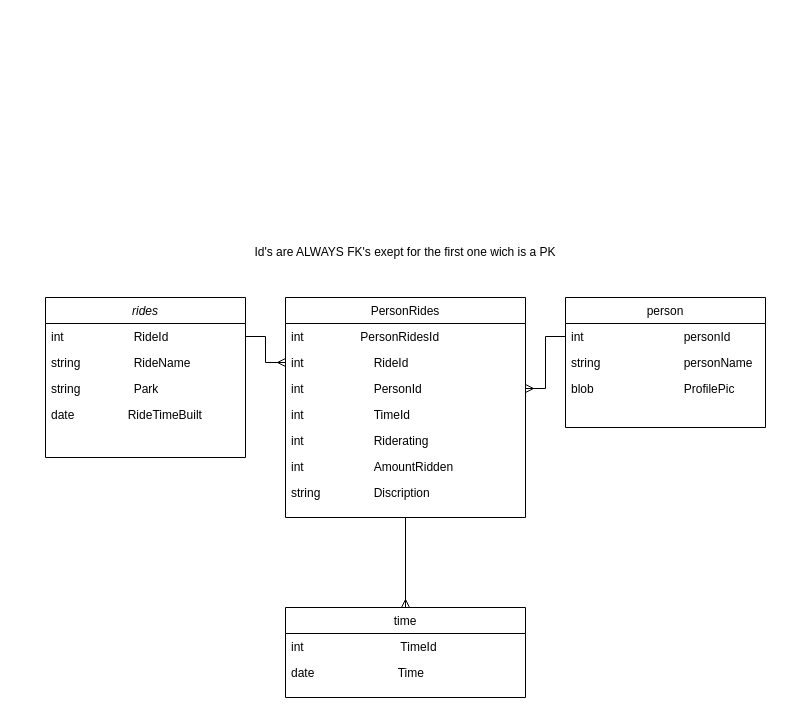
NickSchoenmakers/4Shop keeps this draw.io diagram as Diagram zonder titel.drawio. Above is the earlier version. Source tidied: cells renumbered, new cells numbered last; positions are measured from the earlier drawing's top-left corner, leaving out a move shared by most shapes. Both pictures are drawn from the tidied source at 100%, with x=0, y=0 at pixel (45, 237).
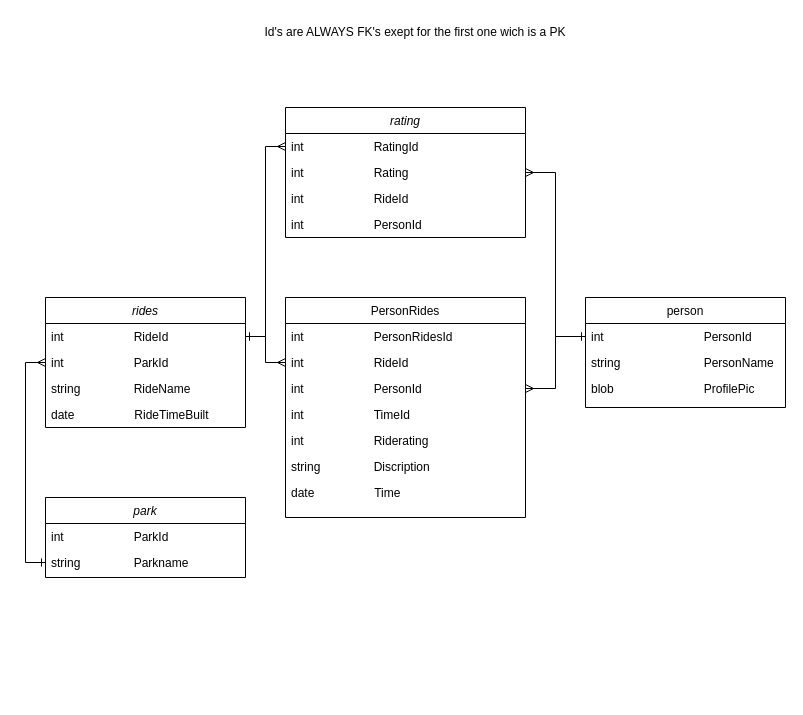
The same page after the edit.

Unchanged cells that the change refers to:
```xml
<mxCell id="3" value="int                     RideId" style="text;align=left;verticalAlign=top;spacingLeft=4;spacingRight=4;overflow=hidden;points=[[0,0.5],[1,0.5]];portConstraint=eastwest;" parent="2" vertex="1">
  <mxGeometry y="26" width="200" height="26" as="geometry" />
</mxCell>
<mxCell id="8" value="PersonRides" style="swimlane;fontStyle=0;align=center;verticalAlign=top;horizontal=1;startSize=26;rounded=0;shadow=0;strokeWidth=1;" parent="1" vertex="1">
  <mxGeometry x="240" y="60" width="240" height="220" as="geometry" />
</mxCell>
<mxCell id="10" value="int                     RideId" style="text;align=left;verticalAlign=top;spacingLeft=4;spacingRight=4;overflow=hidden;points=[[0,0.5],[1,0.5]];portConstraint=eastwest;" parent="8" vertex="1">
  <mxGeometry y="52" width="240" height="26" as="geometry" />
</mxCell>
<mxCell id="11" value="int                     PersonId" style="text;align=left;verticalAlign=top;spacingLeft=4;spacingRight=4;overflow=hidden;points=[[0,0.5],[1,0.5]];portConstraint=eastwest;" parent="8" vertex="1">
  <mxGeometry y="78" width="240" height="26" as="geometry" />
</mxCell>
```

Diff of the diagram source:
```diff
@@
     <mxCell id="2" value="rides" style="swimlane;fontStyle=2;align=center;verticalAlign=top;horizontal=1;startSize=26;rounded=0;shadow=0;strokeWidth=1;" parent="1" vertex="1">
-      <mxGeometry y="60" width="200" height="160" as="geometry" />
+      <mxGeometry y="60" width="200" height="130" as="geometry" />
     </mxCell>
@@
+    <mxCell id="26" value="int                     ParkId" style="text;align=left;verticalAlign=top;spacingLeft=4;spacingRight=4;overflow=hidden;points=[[0,0.5],[1,0.5]];portConstraint=eastwest;" parent="2" vertex="1">
+      <mxGeometry y="52" width="200" height="26" as="geometry" />
+    </mxCell>
     <mxCell id="4" value="string                RideName" style="text;align=left;verticalAlign=top;spacingLeft=4;spacingRight=4;overflow=hidden;" parent="2" vertex="1">
-      <mxGeometry y="52" width="200" height="26" as="geometry" />
+      <mxGeometry y="78" width="200" height="26" as="geometry" />
     </mxCell>
-    <mxCell id="5" value="string                Park" style="text;align=left;verticalAlign=top;spacingLeft=4;spacingRight=4;overflow=hidden;" parent="2" vertex="1">
-      <mxGeometry y="78" width="200" height="26" as="geometry" />
-    </mxCell>
-    <mxCell id="6" value="date                RideTimeBuilt" style="text;align=left;verticalAlign=top;spacingLeft=4;spacingRight=4;overflow=hidden;" parent="2" vertex="1">
+    <mxCell id="6" value="date                  RideTimeBuilt" style="text;align=left;verticalAlign=top;spacingLeft=4;spacingRight=4;overflow=hidden;" parent="2" vertex="1">
       <mxGeometry y="104" width="200" height="26" as="geometry" />
     </mxCell>
-    <mxCell id="7" style="edgeStyle=orthogonalEdgeStyle;rounded=0;jettySize=auto;html=1;entryX=0.5;entryY=0;entryDx=0;entryDy=0;endArrow=ERmany;endFill=0;" parent="1" edge="1" source="8" target="22">
-      <mxGeometry relative="1" as="geometry" />
-    </mxCell>
@@
-    <mxCell id="9" value="int                 PersonRidesId" style="text;align=left;verticalAlign=top;spacingLeft=4;spacingRight=4;overflow=hidden;" parent="8" vertex="1">
+    <mxCell id="9" value="int                     PersonRidesId" style="text;align=left;verticalAlign=top;spacingLeft=4;spacingRight=4;overflow=hidden;" parent="8" vertex="1">
       <mxGeometry y="26" width="240" height="26" as="geometry" />
     </mxCell>
@@
-    <mxCell id="14" value="int                     AmountRidden" style="text;align=left;verticalAlign=top;spacingLeft=4;spacingRight=4;overflow=hidden;" parent="8" vertex="1">
-      <mxGeometry y="156" width="240" height="26" as="geometry" />
-    </mxCell>
     <mxCell id="15" value="string                Discription" style="text;align=left;verticalAlign=top;spacingLeft=4;spacingRight=4;overflow=hidden;" parent="8" vertex="1">
-      <mxGeometry y="182" width="240" height="26" as="geometry" />
+      <mxGeometry y="156" width="240" height="26" as="geometry" />
     </mxCell>
+    <mxCell id="24" value="date                  Time" style="text;align=left;verticalAlign=top;spacingLeft=4;spacingRight=4;overflow=hidden;" parent="8" vertex="1">
+      <mxGeometry y="182" width="240" height="26" as="geometry" />
+    </mxCell>
     <mxCell id="16" value="person" style="swimlane;fontStyle=0;align=center;verticalAlign=top;horizontal=1;startSize=26;rounded=0;shadow=0;strokeWidth=1;" parent="1" vertex="1">
-      <mxGeometry x="520" y="60" width="200" height="130" as="geometry" />
+      <mxGeometry x="540" y="60" width="200" height="110" as="geometry" />
     </mxCell>
-    <mxCell id="17" value="int                              personId" style="text;align=left;verticalAlign=top;spacingLeft=4;spacingRight=4;overflow=hidden;points=[[0,0.5],[1,0.5]];portConstraint=eastwest;" parent="16" vertex="1">
+    <mxCell id="17" value="int                              PersonId" style="text;align=left;verticalAlign=top;spacingLeft=4;spacingRight=4;overflow=hidden;points=[[0,0.5],[1,0.5]];portConstraint=eastwest;" parent="16" vertex="1">
       <mxGeometry y="26" width="200" height="26" as="geometry" />
     </mxCell>
-    <mxCell id="18" value="string                         personName" style="text;align=left;verticalAlign=top;spacingLeft=4;spacingRight=4;overflow=hidden;" parent="16" vertex="1">
+    <mxCell id="18" value="string                         PersonName" style="text;align=left;verticalAlign=top;spacingLeft=4;spacingRight=4;overflow=hidden;" parent="16" vertex="1">
       <mxGeometry y="52" width="200" height="26" as="geometry" />
     </mxCell>
@@
-    <mxCell id="20" style="edgeStyle=orthogonalEdgeStyle;rounded=0;jettySize=auto;html=1;entryX=0;entryY=0.5;entryDx=0;entryDy=0;endArrow=ERmany;endFill=0;" parent="1" edge="1" source="3" target="10">
+    <mxCell id="20" style="edgeStyle=orthogonalEdgeStyle;rounded=0;jettySize=auto;html=1;entryX=0;entryY=0.5;entryDx=0;entryDy=0;endArrow=ERmany;endFill=0;startArrow=ERone;startFill=0;" parent="1" edge="1" source="3" target="10">
       <mxGeometry relative="1" as="geometry" />
     </mxCell>
-    <mxCell id="21" style="edgeStyle=orthogonalEdgeStyle;rounded=0;jettySize=auto;html=1;entryX=1;entryY=0.5;entryDx=0;entryDy=0;endArrow=ERmany;endFill=0;" parent="1" edge="1" source="17" target="11">
+    <mxCell id="21" style="edgeStyle=orthogonalEdgeStyle;rounded=0;jettySize=auto;html=1;entryX=1;entryY=0.5;entryDx=0;entryDy=0;endArrow=ERmany;endFill=0;startArrow=ERone;startFill=0;" parent="1" edge="1" source="17" target="11">
       <mxGeometry relative="1" as="geometry" />
     </mxCell>
-    <mxCell id="22" value="time" style="swimlane;fontStyle=0;align=center;verticalAlign=top;horizontal=1;startSize=26;rounded=0;shadow=0;strokeWidth=1;" parent="1" vertex="1">
-      <mxGeometry x="240" y="370" width="240" height="90" as="geometry" />
-    </mxCell>
-    <mxCell id="23" value="int                             TimeId" style="text;align=left;verticalAlign=top;spacingLeft=4;spacingRight=4;overflow=hidden;" parent="22" vertex="1">
-      <mxGeometry y="26" width="240" height="26" as="geometry" />
-    </mxCell>
-    <mxCell id="24" value="date                         Time" style="text;align=left;verticalAlign=top;spacingLeft=4;spacingRight=4;overflow=hidden;" parent="22" vertex="1">
-      <mxGeometry y="52" width="240" height="26" as="geometry" />
-    </mxCell>
     <mxCell id="25" value="Id's are ALWAYS FK's exept for the first one wich is a PK" style="text;html=1;strokeColor=none;fillColor=none;align=center;verticalAlign=middle;whiteSpace=wrap;rounded=0;" parent="1" vertex="1">
-      <mxGeometry x="180" width="360" height="30" as="geometry" />
+      <mxGeometry x="190" y="-220" width="360" height="30" as="geometry" />
     </mxCell>
+    <mxCell id="27" value="park" style="swimlane;fontStyle=2;align=center;verticalAlign=top;horizontal=1;startSize=26;rounded=0;shadow=0;strokeWidth=1;" parent="1" vertex="1">
+      <mxGeometry y="260" width="200" height="80" as="geometry" />
+    </mxCell>
+    <mxCell id="28" value="int                     ParkId" style="text;align=left;verticalAlign=top;spacingLeft=4;spacingRight=4;overflow=hidden;" parent="27" vertex="1">
+      <mxGeometry y="26" width="200" height="26" as="geometry" />
+    </mxCell>
+    <mxCell id="29" value="string                Parkname" style="text;align=left;verticalAlign=top;spacingLeft=4;spacingRight=4;overflow=hidden;points=[[0,0.5],[1,0.5]];portConstraint=eastwest;" parent="27" vertex="1">
+      <mxGeometry y="52" width="200" height="26" as="geometry" />
+    </mxCell>
+    <mxCell id="30" style="edgeStyle=orthogonalEdgeStyle;rounded=0;jettySize=auto;html=1;entryX=0;entryY=0.5;entryDx=0;entryDy=0;endArrow=ERmany;endFill=0;startArrow=ERone;startFill=0;" parent="1" edge="1" source="29" target="26">
+      <mxGeometry relative="1" as="geometry" />
+    </mxCell>
+    <mxCell id="31" value="rating" style="swimlane;fontStyle=2;align=center;verticalAlign=top;horizontal=1;startSize=26;rounded=0;shadow=0;strokeWidth=1;" parent="1" vertex="1">
+      <mxGeometry x="240" y="-130" width="240" height="130" as="geometry" />
+    </mxCell>
+    <mxCell id="32" value="int                     RatingId" style="text;align=left;verticalAlign=top;spacingLeft=4;spacingRight=4;overflow=hidden;points=[[0,0.5],[1,0.5]];portConstraint=eastwest;" parent="31" vertex="1">
+      <mxGeometry y="26" width="240" height="26" as="geometry" />
+    </mxCell>
+    <mxCell id="33" value="int                     Rating" style="text;align=left;verticalAlign=top;spacingLeft=4;spacingRight=4;overflow=hidden;" parent="31" vertex="1">
+      <mxGeometry y="52" width="240" height="26" as="geometry" />
+    </mxCell>
+    <mxCell id="34" value="int                     RideId" style="text;align=left;verticalAlign=top;spacingLeft=4;spacingRight=4;overflow=hidden;" parent="31" vertex="1">
+      <mxGeometry y="78" width="240" height="26" as="geometry" />
+    </mxCell>
+    <mxCell id="35" value="int                     PersonId" style="text;align=left;verticalAlign=top;spacingLeft=4;spacingRight=4;overflow=hidden;" parent="31" vertex="1">
+      <mxGeometry y="104" width="240" height="26" as="geometry" />
+    </mxCell>
+    <mxCell id="36" style="edgeStyle=orthogonalEdgeStyle;rounded=0;jettySize=auto;html=1;entryX=1;entryY=0.5;entryDx=0;entryDy=0;startArrow=ERone;startFill=0;endArrow=ERmany;endFill=0;" parent="1" edge="1" source="17" target="31">
+      <mxGeometry relative="1" as="geometry" />
+    </mxCell>
+    <mxCell id="37" style="edgeStyle=orthogonalEdgeStyle;rounded=0;jettySize=auto;html=1;entryX=0;entryY=0.5;entryDx=0;entryDy=0;startArrow=ERone;startFill=0;endArrow=ERmany;endFill=0;" parent="1" edge="1" source="3" target="32">
+      <mxGeometry relative="1" as="geometry" />
+    </mxCell>
```
